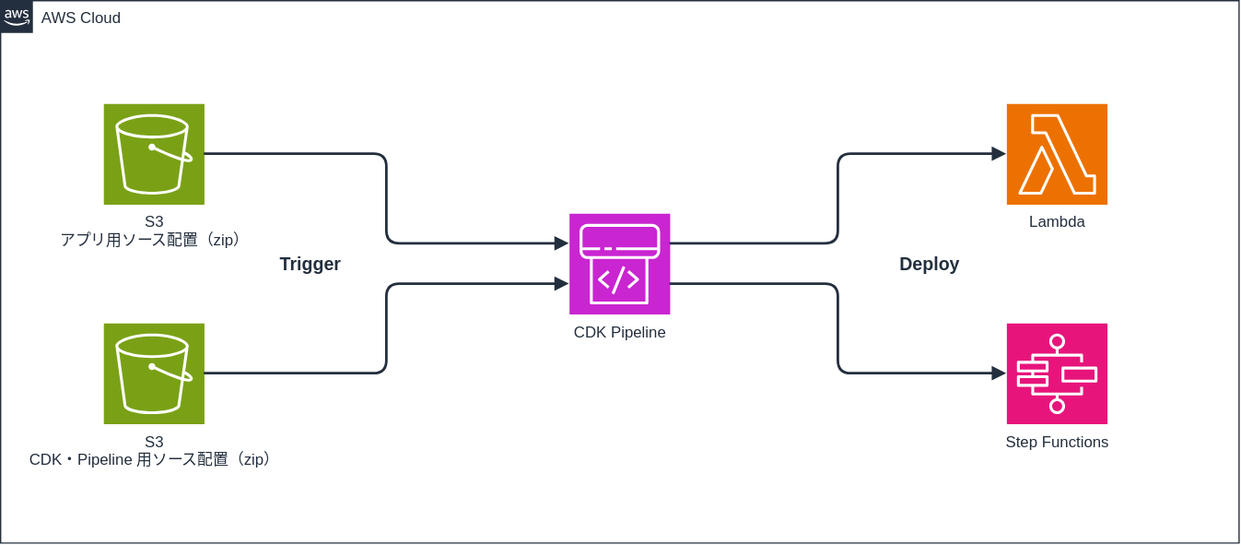
m-kotaro/cdk-pipeline-multi-input-core keeps this draw.io diagram as img/architecture.drawio.svg. Above is the earlier version. Source tidied: cells renumbered, new cells last; positions are measured from the earlier drawing's top-left corner, leaving out a move shared by most shapes.
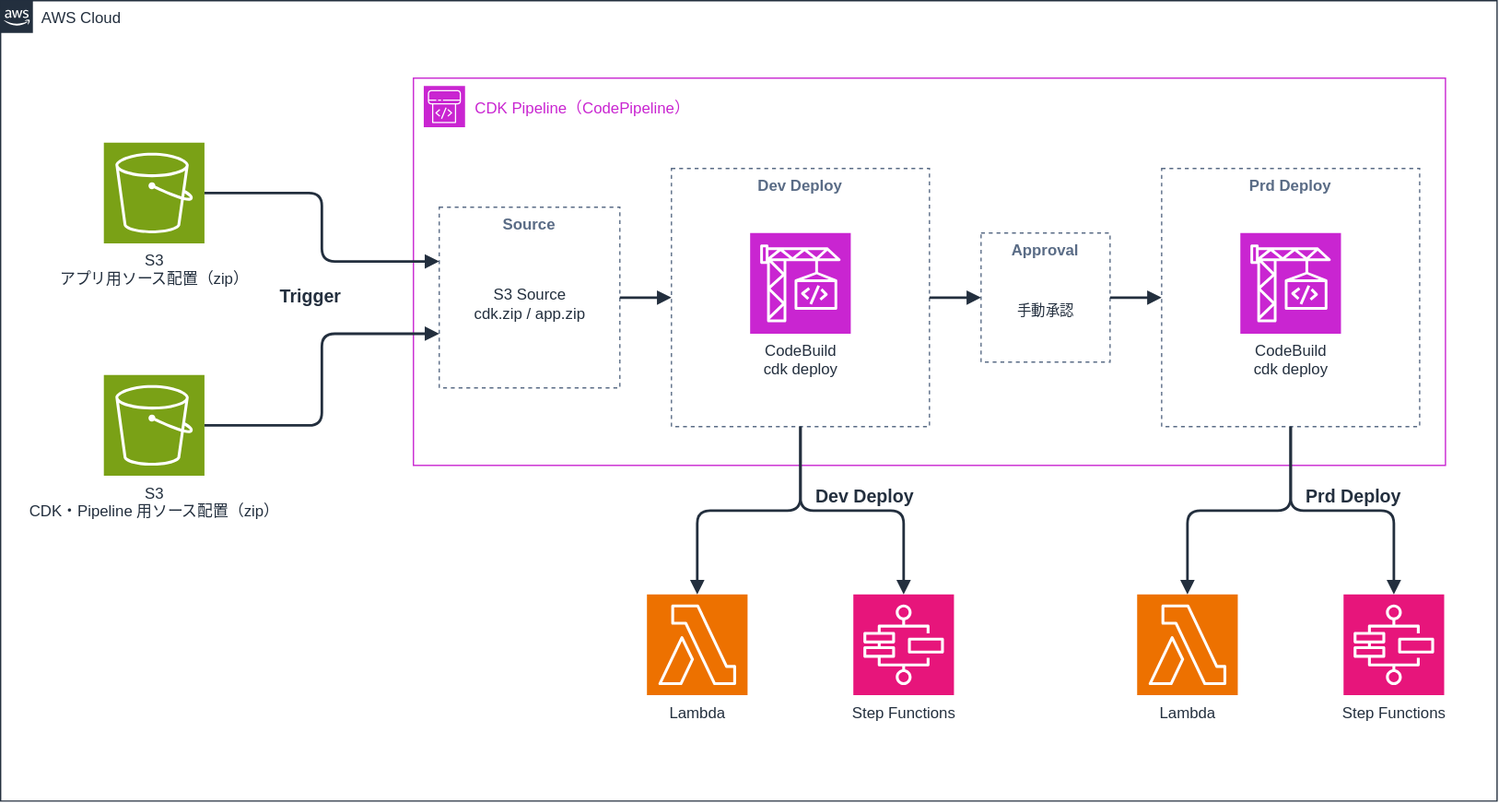
The same file after the commit.

The edit, as a diff of the source:
```diff
@@ -3,40 +3,91 @@
     <mxCell id="0" />
     <mxCell id="1" parent="0" />
     <mxCell id="2" value="AWS Cloud" style="gradientColor=none;html=1;whiteSpace=wrap;fontSize=12;fontStyle=0;shape=mxgraph.aws4.group;grIcon=mxgraph.aws4.group_aws_cloud_alt;strokeColor=#232F3E;fillColor=none;verticalAlign=top;align=left;spacingLeft=30;fontColor=#232F3E;dashed=0;" parent="1" vertex="1">
-      <mxGeometry width="960" height="420" as="geometry" />
+      <mxGeometry width="1160" height="620" as="geometry" />
     </mxCell>
     <mxCell id="3" value="S3&lt;br&gt;アプリ用ソース配置（zip）" style="sketch=0;outlineConnect=0;fontColor=#232F3E;fillColor=#7AA116;strokeColor=#ffffff;dashed=0;verticalLabelPosition=bottom;verticalAlign=top;align=center;html=1;fontSize=12;fontStyle=0;shape=mxgraph.aws4.resourceIcon;resIcon=mxgraph.aws4.s3;" parent="2" vertex="1">
-      <mxGeometry x="80" y="80" width="78" height="78" as="geometry" />
+      <mxGeometry x="80" y="110" width="78" height="78" as="geometry" />
     </mxCell>
     <mxCell id="4" value="S3&lt;br&gt;CDK・Pipeline 用ソース配置（zip）" style="sketch=0;outlineConnect=0;fontColor=#232F3E;fillColor=#7AA116;strokeColor=#ffffff;dashed=0;verticalLabelPosition=bottom;verticalAlign=top;align=center;html=1;fontSize=12;fontStyle=0;shape=mxgraph.aws4.resourceIcon;resIcon=mxgraph.aws4.s3;" parent="2" vertex="1">
-      <mxGeometry x="80" y="250" width="78" height="78" as="geometry" />
+      <mxGeometry x="80" y="290" width="78" height="78" as="geometry" />
     </mxCell>
-    <mxCell id="5" value="CDK Pipeline" style="sketch=0;outlineConnect=0;fontColor=#232F3E;fillColor=#C925D1;strokeColor=#ffffff;dashed=0;verticalLabelPosition=bottom;verticalAlign=top;align=center;html=1;fontSize=12;fontStyle=0;shape=mxgraph.aws4.resourceIcon;resIcon=mxgraph.aws4.codepipeline;" parent="2" vertex="1">
-      <mxGeometry x="441" y="165" width="78" height="78" as="geometry" />
+    <mxCell id="5" value="CDK Pipeline（CodePipeline）" style="rounded=0;whiteSpace=wrap;html=1;fillColor=none;strokeColor=#C925D1;fontColor=#C925D1;fontSize=12;verticalAlign=top;align=left;spacingLeft=46;spacingTop=10;" parent="2" vertex="1">
+      <mxGeometry x="320" y="60" width="800" height="300" as="geometry" />
     </mxCell>
-    <mxCell id="6" value="Lambda" style="sketch=0;outlineConnect=0;fontColor=#232F3E;fillColor=#ED7100;strokeColor=#ffffff;dashed=0;verticalLabelPosition=bottom;verticalAlign=top;align=center;html=1;fontSize=12;fontStyle=0;shape=mxgraph.aws4.resourceIcon;resIcon=mxgraph.aws4.lambda;" parent="2" vertex="1">
-      <mxGeometry x="780" y="80" width="78" height="78" as="geometry" />
-    </mxCell>
-    <mxCell id="7" value="Step Functions" style="sketch=0;outlineConnect=0;fontColor=#232F3E;fillColor=#E7157B;strokeColor=#ffffff;dashed=0;verticalLabelPosition=bottom;verticalAlign=top;align=center;html=1;fontSize=12;fontStyle=0;shape=mxgraph.aws4.resourceIcon;resIcon=mxgraph.aws4.step_functions;" parent="2" vertex="1">
-      <mxGeometry x="780" y="250" width="78" height="78" as="geometry" />
-    </mxCell>
+    <mxCell id="14" style="sketch=0;fontColor=#232F3E;fillColor=#C925D1;strokeColor=#ffffff;dashed=0;html=1;shape=mxgraph.aws4.resourceIcon;resIcon=mxgraph.aws4.codepipeline;" parent="5" vertex="1">
+      <mxGeometry x="8" y="6" width="32" height="32" as="geometry" />
+    </mxCell>
+    <mxCell id="15" value="Source" style="fillColor=none;strokeColor=#5A6C86;dashed=1;verticalAlign=top;fontStyle=1;fontColor=#5A6C86;whiteSpace=wrap;html=1;" parent="5" vertex="1">
+      <mxGeometry x="20" y="100" width="140" height="140" as="geometry" />
+    </mxCell>
+    <mxCell id="16" value="S3 Source&lt;br&gt;cdk.zip / app.zip" style="text;html=1;align=center;verticalAlign=middle;fontSize=12;fontColor=#232F3E;" parent="15" vertex="1">
+      <mxGeometry x="5" y="50" width="130" height="50" as="geometry" />
+    </mxCell>
+    <mxCell id="17" value="Dev Deploy" style="fillColor=none;strokeColor=#5A6C86;dashed=1;verticalAlign=top;fontStyle=1;fontColor=#5A6C86;whiteSpace=wrap;html=1;" parent="5" vertex="1">
+      <mxGeometry x="200" y="70" width="200" height="200" as="geometry" />
+    </mxCell>
+    <mxCell id="18" value="CodeBuild&lt;br&gt;cdk deploy" style="sketch=0;fontColor=#232F3E;fillColor=#C925D1;strokeColor=#ffffff;dashed=0;verticalLabelPosition=bottom;verticalAlign=top;align=center;html=1;fontSize=12;fontStyle=0;shape=mxgraph.aws4.resourceIcon;resIcon=mxgraph.aws4.codebuild;" parent="17" vertex="1">
+      <mxGeometry x="61" y="50" width="78" height="78" as="geometry" />
+    </mxCell>
+    <mxCell id="19" value="Approval" style="fillColor=none;strokeColor=#5A6C86;dashed=1;verticalAlign=top;fontStyle=1;fontColor=#5A6C86;whiteSpace=wrap;html=1;" parent="5" vertex="1">
+      <mxGeometry x="440" y="120" width="100" height="100" as="geometry" />
+    </mxCell>
+    <mxCell id="20" value="手動承認" style="text;html=1;align=center;verticalAlign=middle;fontSize=11;fontColor=#232F3E;" parent="19" vertex="1">
+      <mxGeometry x="5" y="45" width="90" height="30" as="geometry" />
+    </mxCell>
+    <mxCell id="21" value="Prd Deploy" style="fillColor=none;strokeColor=#5A6C86;dashed=1;verticalAlign=top;fontStyle=1;fontColor=#5A6C86;whiteSpace=wrap;html=1;" parent="5" vertex="1">
+      <mxGeometry x="580" y="70" width="200" height="200" as="geometry" />
+    </mxCell>
+    <mxCell id="22" value="CodeBuild&lt;br&gt;cdk deploy" style="sketch=0;fontColor=#232F3E;fillColor=#C925D1;strokeColor=#ffffff;dashed=0;verticalLabelPosition=bottom;verticalAlign=top;align=center;html=1;fontSize=12;fontStyle=0;shape=mxgraph.aws4.resourceIcon;resIcon=mxgraph.aws4.codebuild;" parent="21" vertex="1">
+      <mxGeometry x="61" y="50" width="78" height="78" as="geometry" />
+    </mxCell>
+    <mxCell id="23" style="edgeStyle=orthogonalEdgeStyle;rounded=1;html=1;endArrow=block;endFill=1;strokeColor=#232F3E;strokeWidth=2;exitX=1;exitY=0.5;exitDx=0;exitDy=0;entryX=0;entryY=0.5;entryDx=0;entryDy=0;" parent="5" edge="1" source="15" target="17">
+      <mxGeometry relative="1" as="geometry" />
+    </mxCell>
+    <mxCell id="24" style="edgeStyle=orthogonalEdgeStyle;rounded=1;html=1;endArrow=block;endFill=1;strokeColor=#232F3E;strokeWidth=2;exitX=1;exitY=0.5;exitDx=0;exitDy=0;entryX=0;entryY=0.5;entryDx=0;entryDy=0;" parent="5" edge="1" source="17" target="19">
+      <mxGeometry relative="1" as="geometry" />
+    </mxCell>
+    <mxCell id="25" style="edgeStyle=orthogonalEdgeStyle;rounded=1;html=1;endArrow=block;endFill=1;strokeColor=#232F3E;strokeWidth=2;exitX=1;exitY=0.5;exitDx=0;exitDy=0;entryX=0;entryY=0.5;entryDx=0;entryDy=0;" parent="5" edge="1" source="19" target="21">
+      <mxGeometry relative="1" as="geometry" />
+    </mxCell>
-    <mxCell id="8" style="edgeStyle=orthogonalEdgeStyle;rounded=1;html=1;endArrow=block;endFill=1;strokeColor=#232F3E;strokeWidth=2;exitX=1;exitY=0.5;exitDx=0;exitDy=0;entryX=0;entryY=0.3;entryDx=0;entryDy=0;" parent="2" edge="1" source="3" target="5">
+    <mxCell id="8" style="edgeStyle=orthogonalEdgeStyle;rounded=1;html=1;endArrow=block;endFill=1;strokeColor=#232F3E;strokeWidth=2;exitX=1;exitY=0.5;exitDx=0;exitDy=0;entryX=0;entryY=0.3;entryDx=0;entryDy=0;" parent="2" edge="1" source="3" target="15">
       <mxGeometry relative="1" as="geometry" />
     </mxCell>
-    <mxCell id="9" style="edgeStyle=orthogonalEdgeStyle;rounded=1;html=1;endArrow=block;endFill=1;strokeColor=#232F3E;strokeWidth=2;exitX=1;exitY=0.5;exitDx=0;exitDy=0;entryX=0;entryY=0.7;entryDx=0;entryDy=0;" parent="2" edge="1" source="4" target="5">
+    <mxCell id="9" style="edgeStyle=orthogonalEdgeStyle;rounded=1;html=1;endArrow=block;endFill=1;strokeColor=#232F3E;strokeWidth=2;exitX=1;exitY=0.5;exitDx=0;exitDy=0;entryX=0;entryY=0.7;entryDx=0;entryDy=0;" parent="2" edge="1" source="4" target="15">
       <mxGeometry relative="1" as="geometry" />
     </mxCell>
     <mxCell id="10" value="Trigger" style="text;html=1;align=center;verticalAlign=middle;fontSize=14;fontStyle=1;fontColor=#232F3E;" parent="2" vertex="1">
-      <mxGeometry x="200" y="194" width="80" height="20" as="geometry" />
+      <mxGeometry x="200" y="219" width="80" height="20" as="geometry" />
     </mxCell>
-    <mxCell id="11" style="edgeStyle=orthogonalEdgeStyle;rounded=1;html=1;endArrow=block;endFill=1;strokeColor=#232F3E;strokeWidth=2;exitX=1;exitY=0.3;exitDx=0;exitDy=0;entryX=0;entryY=0.5;entryDx=0;entryDy=0;" parent="2" edge="1" source="5" target="6">
-      <mxGeometry relative="1" as="geometry" />
-    </mxCell>
-    <mxCell id="12" style="edgeStyle=orthogonalEdgeStyle;rounded=1;html=1;endArrow=block;endFill=1;strokeColor=#232F3E;strokeWidth=2;exitX=1;exitY=0.7;exitDx=0;exitDy=0;entryX=0;entryY=0.5;entryDx=0;entryDy=0;" parent="2" edge="1" source="5" target="7">
-      <mxGeometry relative="1" as="geometry" />
-    </mxCell>
-    <mxCell id="13" value="Deploy" style="text;html=1;align=center;verticalAlign=middle;fontSize=14;fontStyle=1;fontColor=#232F3E;" parent="2" vertex="1">
-      <mxGeometry x="680" y="194" width="80" height="20" as="geometry" />
-    </mxCell>
+    <mxCell id="26" value="Lambda" style="sketch=0;outlineConnect=0;fontColor=#232F3E;fillColor=#ED7100;strokeColor=#ffffff;dashed=0;verticalLabelPosition=bottom;verticalAlign=top;align=center;html=1;fontSize=12;fontStyle=0;shape=mxgraph.aws4.resourceIcon;resIcon=mxgraph.aws4.lambda;" parent="2" vertex="1">
+      <mxGeometry x="501" y="460" width="78" height="78" as="geometry" />
+    </mxCell>
+    <mxCell id="27" value="Step Functions" style="sketch=0;outlineConnect=0;fontColor=#232F3E;fillColor=#E7157B;strokeColor=#ffffff;dashed=0;verticalLabelPosition=bottom;verticalAlign=top;align=center;html=1;fontSize=12;fontStyle=0;shape=mxgraph.aws4.resourceIcon;resIcon=mxgraph.aws4.step_functions;" parent="2" vertex="1">
+      <mxGeometry x="661" y="460" width="78" height="78" as="geometry" />
+    </mxCell>
+    <mxCell id="28" style="edgeStyle=orthogonalEdgeStyle;rounded=1;html=1;endArrow=block;endFill=1;strokeColor=#232F3E;strokeWidth=2;exitX=0.5;exitY=1;exitDx=0;exitDy=0;entryX=0.5;entryY=0;entryDx=0;entryDy=0;" parent="2" edge="1" source="17" target="26">
+      <mxGeometry relative="1" as="geometry" />
+    </mxCell>
+    <mxCell id="29" style="edgeStyle=orthogonalEdgeStyle;rounded=1;html=1;endArrow=block;endFill=1;strokeColor=#232F3E;strokeWidth=2;exitX=0.5;exitY=1;exitDx=0;exitDy=0;entryX=0.5;entryY=0;entryDx=0;entryDy=0;" parent="2" edge="1" source="17" target="27">
+      <mxGeometry relative="1" as="geometry" />
+    </mxCell>
+    <mxCell id="30" value="Dev Deploy" style="text;html=1;align=left;verticalAlign=middle;fontSize=14;fontStyle=1;fontColor=#232F3E;" parent="2" vertex="1">
+      <mxGeometry x="630" y="374" width="100" height="20" as="geometry" />
+    </mxCell>
+    <mxCell id="31" value="Lambda" style="sketch=0;outlineConnect=0;fontColor=#232F3E;fillColor=#ED7100;strokeColor=#ffffff;dashed=0;verticalLabelPosition=bottom;verticalAlign=top;align=center;html=1;fontSize=12;fontStyle=0;shape=mxgraph.aws4.resourceIcon;resIcon=mxgraph.aws4.lambda;" parent="2" vertex="1">
+      <mxGeometry x="881" y="460" width="78" height="78" as="geometry" />
+    </mxCell>
+    <mxCell id="32" value="Step Functions" style="sketch=0;outlineConnect=0;fontColor=#232F3E;fillColor=#E7157B;strokeColor=#ffffff;dashed=0;verticalLabelPosition=bottom;verticalAlign=top;align=center;html=1;fontSize=12;fontStyle=0;shape=mxgraph.aws4.resourceIcon;resIcon=mxgraph.aws4.step_functions;" parent="2" vertex="1">
+      <mxGeometry x="1041" y="460" width="78" height="78" as="geometry" />
+    </mxCell>
+    <mxCell id="33" style="edgeStyle=orthogonalEdgeStyle;rounded=1;html=1;endArrow=block;endFill=1;strokeColor=#232F3E;strokeWidth=2;exitX=0.5;exitY=1;exitDx=0;exitDy=0;entryX=0.5;entryY=0;entryDx=0;entryDy=0;" parent="2" edge="1" source="21" target="31">
+      <mxGeometry relative="1" as="geometry" />
+    </mxCell>
+    <mxCell id="34" style="edgeStyle=orthogonalEdgeStyle;rounded=1;html=1;endArrow=block;endFill=1;strokeColor=#232F3E;strokeWidth=2;exitX=0.5;exitY=1;exitDx=0;exitDy=0;entryX=0.5;entryY=0;entryDx=0;entryDy=0;" parent="2" edge="1" source="21" target="32">
+      <mxGeometry relative="1" as="geometry" />
+    </mxCell>
+    <mxCell id="35" value="Prd Deploy" style="text;html=1;align=left;verticalAlign=middle;fontSize=14;fontStyle=1;fontColor=#232F3E;" parent="2" vertex="1">
+      <mxGeometry x="1010" y="374" width="100" height="20" as="geometry" />
+    </mxCell>
   </root>
 </mxGraphModel>
```
